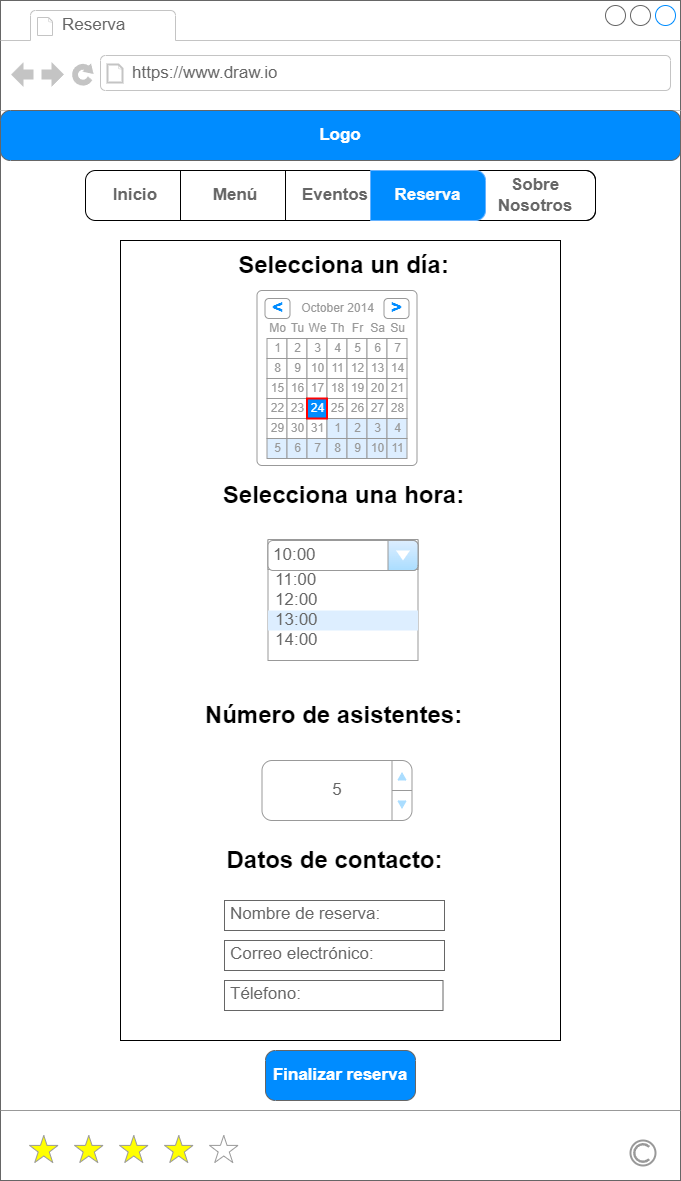
luciarinconpozo/Cibercafe keeps this draw.io diagram as MOCKUPS/Mockups_Cibercafé-Reserva.drawio.png. Above is the earlier version. Source tidied: cells renumbered, new cells last; positions are measured from the earlier drawing's top-left corner, leaving out a move shared by most shapes.
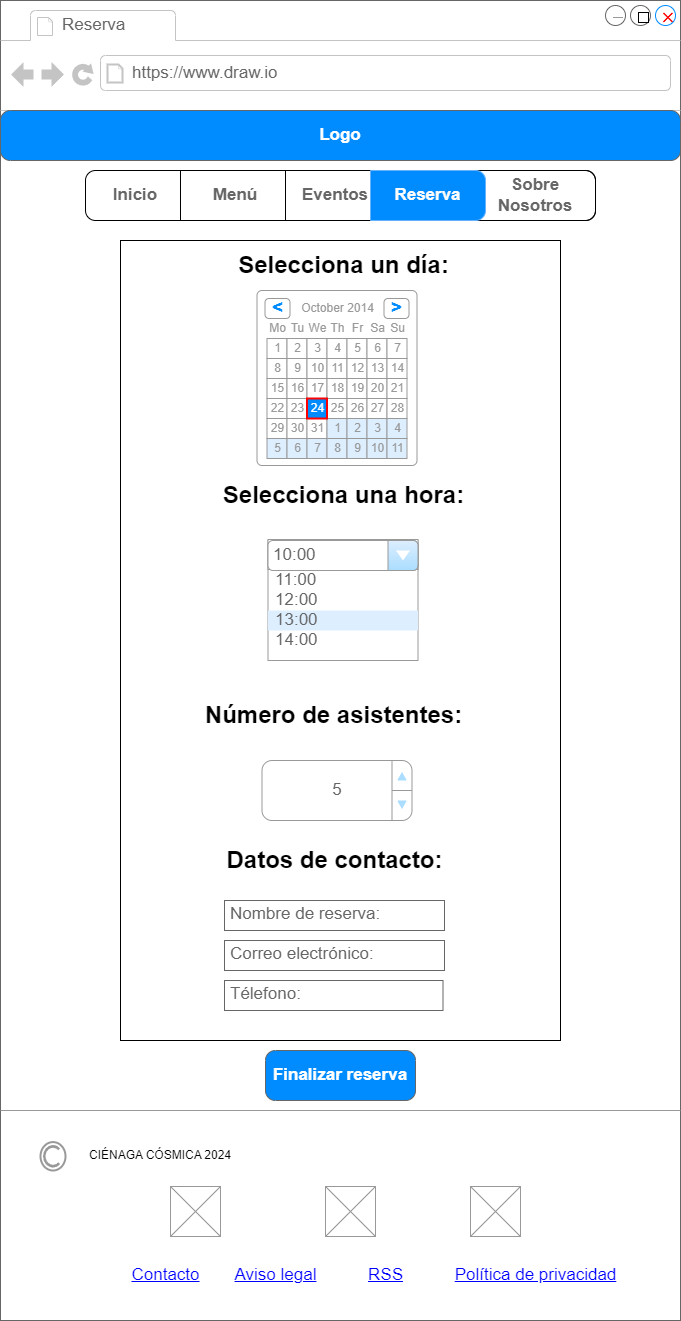
After the commit.

Change to the diagram source:
```diff
@@ -3,7 +3,7 @@
     <mxCell id="0" />
     <mxCell id="1" parent="0" />
     <mxCell id="2" style="strokeWidth=1;shadow=0;dashed=0;align=center;html=1;shape=mxgraph.mockup.containers.browserWindow;rSize=0;strokeColor=#666666;strokeColor2=#008cff;strokeColor3=#c4c4c4;mainText=,;" parent="1" vertex="1">
-      <mxGeometry width="680" height="1180" as="geometry" />
+      <mxGeometry width="680" height="1320" as="geometry" />
     </mxCell>
     <mxCell id="3" style="whiteSpace=wrap;html=1;" parent="2" vertex="1">
       <mxGeometry x="120" y="240" width="440" height="800" as="geometry" />
@@ -14,15 +14,9 @@
     <mxCell id="5" value="https://www.draw.io" style="strokeWidth=1;shadow=0;dashed=0;align=center;html=1;shape=mxgraph.mockup.containers.anchor;rSize=0;fontSize=17;fontColor=#666666;align=left;" parent="2" vertex="1">
       <mxGeometry x="130" y="60" width="250" height="26" as="geometry" />
     </mxCell>
-    <mxCell id="6" style="verticalLabelPosition=bottom;shadow=0;dashed=0;align=center;html=1;verticalAlign=top;strokeWidth=1;shape=mxgraph.mockup.misc.rating;strokeColor=#999999;fillColor=#ffff00;emptyFillColor=#ffffff;grade=4;ratingScale=5;ratingStyle=star;" parent="2" vertex="1">
-      <mxGeometry x="29" y="1135" width="225" height="30" as="geometry" />
-    </mxCell>
     <mxCell id="7" style="verticalLabelPosition=bottom;shadow=0;dashed=0;align=center;html=1;verticalAlign=top;strokeWidth=1;shape=mxgraph.mockup.markup.line;strokeColor=#999999;" parent="2" vertex="1">
       <mxGeometry y="1100" width="680" height="20" as="geometry" />
     </mxCell>
-    <mxCell id="8" style="strokeColor=#999999;verticalLabelPosition=bottom;shadow=0;dashed=0;verticalAlign=top;strokeWidth=2;html=1;shape=mxgraph.mockup.misc.copyrightIcon;" parent="2" vertex="1">
-      <mxGeometry x="630" y="1140" width="25" height="25" as="geometry" />
-    </mxCell>
     <mxCell id="9" value="Selecciona un día:" style="text;strokeColor=none;fillColor=none;html=1;fontSize=24;fontStyle=1;verticalAlign=middle;align=center;" parent="2" vertex="1">
       <mxGeometry x="197.5" y="250" width="290" height="30" as="geometry" />
     </mxCell>
@@ -267,5 +261,41 @@
     <mxCell id="84" value="Reserva" style="strokeColor=#66B2FF;fillColor=#008CFF;strokeWidth=1;shadow=0;dashed=0;align=center;html=1;shape=mxgraph.mockup.rightButton;rSize=10;fontSize=17;fontStyle=1;whiteSpace=wrap;fontColor=#FCFCFC;" parent="79" vertex="1">
       <mxGeometry x="285" width="115" height="50" as="geometry" />
     </mxCell>
+    <mxCell id="85" style="shape=mxgraph.mockup.markup.redX;fillColor=#ff0000;html=1;shadow=0;whiteSpace=wrap;strokeColor=none;" parent="2" vertex="1">
+      <mxGeometry x="662.5" y="12" width="10" height="10" as="geometry" />
+    </mxCell>
+    <mxCell id="86" style="verticalLabelPosition=bottom;shadow=0;dashed=0;align=center;html=1;verticalAlign=top;strokeWidth=1;shape=mxgraph.mockup.markup.line;strokeColor=#999999;" parent="2" vertex="1">
+      <mxGeometry x="612.5" y="12" width="10" height="10" as="geometry" />
+    </mxCell>
+    <mxCell id="87" style="whiteSpace=wrap;html=1;" parent="2" vertex="1">
+      <mxGeometry x="638" y="12" width="10" height="10" as="geometry" />
+    </mxCell>
+    <mxCell id="88" style="strokeColor=#999999;verticalLabelPosition=bottom;shadow=0;dashed=0;verticalAlign=top;strokeWidth=2;html=1;shape=mxgraph.mockup.misc.copyrightIcon;" parent="2" vertex="1">
+      <mxGeometry x="40" y="1141.6" width="25" height="28.4" as="geometry" />
+    </mxCell>
+    <mxCell id="89" value="Contacto" style="shape=rectangle;strokeColor=none;fillColor=none;linkText=;fontSize=17;fontColor=#0000ff;fontStyle=4;html=1;align=center;" parent="2" vertex="1">
+      <mxGeometry x="90" y="1260.1" width="150" height="30" as="geometry" />
+    </mxCell>
+    <mxCell id="90" value="Política de privacidad" style="shape=rectangle;strokeColor=none;fillColor=none;linkText=;fontSize=17;fontColor=#0000ff;fontStyle=4;html=1;align=center;" parent="2" vertex="1">
+      <mxGeometry x="460" y="1260.1" width="150" height="30" as="geometry" />
+    </mxCell>
+    <mxCell id="91" value="RSS" style="shape=rectangle;strokeColor=none;fillColor=none;linkText=;fontSize=17;fontColor=#0000ff;fontStyle=4;html=1;align=center;" parent="2" vertex="1">
+      <mxGeometry x="310" y="1260.1" width="150" height="30" as="geometry" />
+    </mxCell>
+    <mxCell id="92" value="Aviso legal" style="shape=rectangle;strokeColor=none;fillColor=none;linkText=;fontSize=17;fontColor=#0000ff;fontStyle=4;html=1;align=center;" parent="2" vertex="1">
+      <mxGeometry x="200" y="1260.1" width="150" height="30" as="geometry" />
+    </mxCell>
+    <mxCell id="93" value="CIÉNAGA CÓSMICA 2024" style="text;html=1;align=center;verticalAlign=middle;whiteSpace=wrap;rounded=0;" parent="2" vertex="1">
+      <mxGeometry x="80" y="1140" width="160" height="30" as="geometry" />
+    </mxCell>
+    <mxCell id="94" style="verticalLabelPosition=bottom;shadow=0;dashed=0;align=center;html=1;verticalAlign=top;strokeWidth=1;shape=mxgraph.mockup.graphics.simpleIcon;strokeColor=#999999;" parent="2" vertex="1">
+      <mxGeometry x="170" y="1186" width="50" height="50" as="geometry" />
+    </mxCell>
+    <mxCell id="95" style="verticalLabelPosition=bottom;shadow=0;dashed=0;align=center;html=1;verticalAlign=top;strokeWidth=1;shape=mxgraph.mockup.graphics.simpleIcon;strokeColor=#999999;" parent="2" vertex="1">
+      <mxGeometry x="325" y="1186" width="50" height="50" as="geometry" />
+    </mxCell>
+    <mxCell id="96" style="verticalLabelPosition=bottom;shadow=0;dashed=0;align=center;html=1;verticalAlign=top;strokeWidth=1;shape=mxgraph.mockup.graphics.simpleIcon;strokeColor=#999999;" parent="2" vertex="1">
+      <mxGeometry x="470" y="1186" width="50" height="50" as="geometry" />
+    </mxCell>
   </root>
 </mxGraphModel>
```
